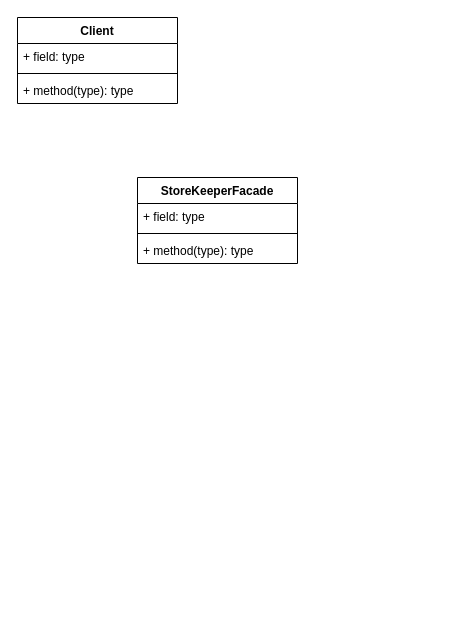
This is A4.drawio from critschris/COMP-354, a draw.io file, before an edit. Source tidied: cells renumbered, new cells numbered last; positions are measured from the earlier drawing's top-left corner, leaving out a move shared by most shapes. Both pictures are drawn from the tidied source at 100%, with x=0, y=0 at pixel (17, 17).
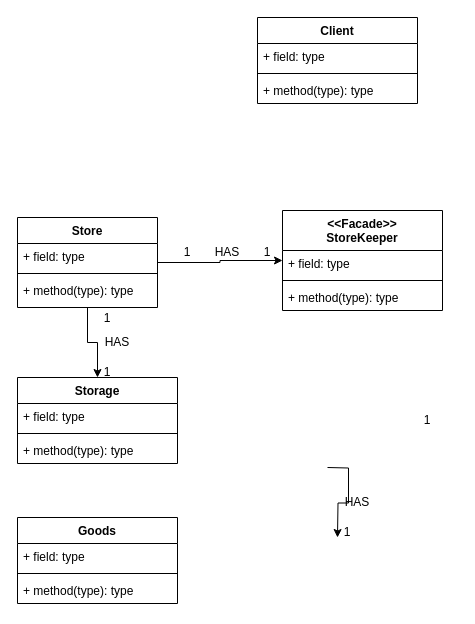
The same page after the edit.

What changed in the source:
```diff
@@
-    <mxCell id="2" value="StoreKeeperFacade" style="swimlane;fontStyle=1;align=center;verticalAlign=top;horizontal=1;startSize=26;whiteSpace=wrap;html=1;" parent="1" vertex="1">
-      <mxGeometry x="120" y="160" width="160" height="86" as="geometry" />
+    <mxCell id="2" value="&lt;div&gt;&amp;lt;&amp;lt;Facade&amp;gt;&amp;gt;&lt;/div&gt;StoreKeeper" style="swimlane;fontStyle=1;align=center;verticalAlign=top;horizontal=1;startSize=40;whiteSpace=wrap;html=1;" parent="1" vertex="1">
+      <mxGeometry x="265" y="193" width="160" height="100" as="geometry" />
     </mxCell>
     <mxCell id="3" value="+ field: type" style="text;strokeColor=none;fillColor=none;align=left;verticalAlign=top;spacingLeft=4;spacingRight=4;overflow=hidden;whiteSpace=wrap;html=1;" parent="2" vertex="1">
-      <mxGeometry y="26" width="160" height="26" as="geometry" />
+      <mxGeometry y="40" width="160" height="26" as="geometry" />
     </mxCell>
     <mxCell id="4" style="line;strokeWidth=1;fillColor=none;align=left;verticalAlign=middle;spacingTop=-1;spacingLeft=3;spacingRight=3;labelPosition=right;strokeColor=inherit;" parent="2" vertex="1">
-      <mxGeometry y="52" width="160" height="8" as="geometry" />
+      <mxGeometry y="66" width="160" height="8" as="geometry" />
     </mxCell>
     <mxCell id="5" value="+ method(type): type" style="text;strokeColor=none;fillColor=none;align=left;verticalAlign=top;spacingLeft=4;spacingRight=4;overflow=hidden;whiteSpace=wrap;html=1;" parent="2" vertex="1">
-      <mxGeometry y="60" width="160" height="26" as="geometry" />
+      <mxGeometry y="74" width="160" height="26" as="geometry" />
     </mxCell>
     <mxCell id="6" value="Client" style="swimlane;fontStyle=1;align=center;verticalAlign=top;horizontal=1;startSize=26;whiteSpace=wrap;html=1;" parent="1" vertex="1">
-      <mxGeometry width="160" height="86" as="geometry" />
+      <mxGeometry x="240" width="160" height="86" as="geometry" />
     </mxCell>
@@
+    <mxCell id="10" style="edgeStyle=orthogonalEdgeStyle;rounded=0;jettySize=auto;html=1;" parent="1" edge="1" source="12" target="2">
+      <mxGeometry relative="1" as="geometry" />
+    </mxCell>
+    <mxCell id="11" style="edgeStyle=orthogonalEdgeStyle;rounded=0;jettySize=auto;html=1;entryX=0.5;entryY=0;entryDx=0;entryDy=0;" parent="1" edge="1" source="12" target="16">
+      <mxGeometry relative="1" as="geometry" />
+    </mxCell>
+    <mxCell id="12" value="Store" style="swimlane;fontStyle=1;align=center;verticalAlign=top;horizontal=1;startSize=26;whiteSpace=wrap;html=1;" parent="1" vertex="1">
+      <mxGeometry y="200" width="140" height="90" as="geometry" />
+    </mxCell>
+    <mxCell id="13" value="+ field: type" style="text;strokeColor=none;fillColor=none;align=left;verticalAlign=top;spacingLeft=4;spacingRight=4;overflow=hidden;whiteSpace=wrap;html=1;" parent="12" vertex="1">
+      <mxGeometry y="26" width="140" height="26" as="geometry" />
+    </mxCell>
+    <mxCell id="14" style="line;strokeWidth=1;fillColor=none;align=left;verticalAlign=middle;spacingTop=-1;spacingLeft=3;spacingRight=3;labelPosition=right;strokeColor=inherit;" parent="12" vertex="1">
+      <mxGeometry y="52" width="140" height="8" as="geometry" />
+    </mxCell>
+    <mxCell id="15" value="+ method(type): type" style="text;strokeColor=none;fillColor=none;align=left;verticalAlign=top;spacingLeft=4;spacingRight=4;overflow=hidden;whiteSpace=wrap;html=1;" parent="12" vertex="1">
+      <mxGeometry y="60" width="140" height="30" as="geometry" />
+    </mxCell>
+    <mxCell id="16" value="Storage" style="swimlane;fontStyle=1;align=center;verticalAlign=top;horizontal=1;startSize=26;whiteSpace=wrap;html=1;" parent="1" vertex="1">
+      <mxGeometry y="360" width="160" height="86" as="geometry" />
+    </mxCell>
+    <mxCell id="17" value="+ field: type" style="text;strokeColor=none;fillColor=none;align=left;verticalAlign=top;spacingLeft=4;spacingRight=4;overflow=hidden;whiteSpace=wrap;html=1;" parent="16" vertex="1">
+      <mxGeometry y="26" width="160" height="26" as="geometry" />
+    </mxCell>
+    <mxCell id="18" style="line;strokeWidth=1;fillColor=none;align=left;verticalAlign=middle;spacingTop=-1;spacingLeft=3;spacingRight=3;labelPosition=right;strokeColor=inherit;" parent="16" vertex="1">
+      <mxGeometry y="52" width="160" height="8" as="geometry" />
+    </mxCell>
+    <mxCell id="19" value="+ method(type): type" style="text;strokeColor=none;fillColor=none;align=left;verticalAlign=top;spacingLeft=4;spacingRight=4;overflow=hidden;whiteSpace=wrap;html=1;" parent="16" vertex="1">
+      <mxGeometry y="60" width="160" height="26" as="geometry" />
+    </mxCell>
+    <mxCell id="20" style="group;" parent="1" vertex="1">
+      <mxGeometry x="140" y="220" width="140" height="30" as="geometry" />
+    </mxCell>
+    <mxCell id="21" value="1" style="text;html=1;align=center;verticalAlign=middle;whiteSpace=wrap;rounded=0;" parent="20" vertex="1">
+      <mxGeometry width="60" height="30" as="geometry" />
+    </mxCell>
+    <mxCell id="22" value="1" style="text;html=1;align=center;verticalAlign=middle;whiteSpace=wrap;rounded=0;" parent="20" vertex="1">
+      <mxGeometry x="80" width="60" height="30" as="geometry" />
+    </mxCell>
+    <mxCell id="23" value="HAS" style="text;html=1;align=center;verticalAlign=middle;whiteSpace=wrap;rounded=0;" parent="20" vertex="1">
+      <mxGeometry x="40" width="60" height="30" as="geometry" />
+    </mxCell>
+    <mxCell id="24" value="1" style="text;html=1;align=center;verticalAlign=middle;whiteSpace=wrap;rounded=0;" parent="1" vertex="1">
+      <mxGeometry x="60" y="286" width="60" height="30" as="geometry" />
+    </mxCell>
+    <mxCell id="25" value="1" style="text;html=1;align=center;verticalAlign=middle;whiteSpace=wrap;rounded=0;" parent="1" vertex="1">
+      <mxGeometry x="60" y="340" width="60" height="30" as="geometry" />
+    </mxCell>
+    <mxCell id="26" value="HAS" style="text;html=1;align=center;verticalAlign=middle;whiteSpace=wrap;rounded=0;" parent="1" vertex="1">
+      <mxGeometry x="70" y="310" width="60" height="30" as="geometry" />
+    </mxCell>
+    <mxCell id="27" value="Goods" style="swimlane;fontStyle=1;align=center;verticalAlign=top;horizontal=1;startSize=26;whiteSpace=wrap;html=1;" parent="1" vertex="1">
+      <mxGeometry y="500" width="160" height="86" as="geometry" />
+    </mxCell>
+    <mxCell id="28" value="+ field: type" style="text;strokeColor=none;fillColor=none;align=left;verticalAlign=top;spacingLeft=4;spacingRight=4;overflow=hidden;whiteSpace=wrap;html=1;" parent="27" vertex="1">
+      <mxGeometry y="26" width="160" height="26" as="geometry" />
+    </mxCell>
+    <mxCell id="29" style="line;strokeWidth=1;fillColor=none;align=left;verticalAlign=middle;spacingTop=-1;spacingLeft=3;spacingRight=3;labelPosition=right;strokeColor=inherit;" parent="27" vertex="1">
+      <mxGeometry y="52" width="160" height="8" as="geometry" />
+    </mxCell>
+    <mxCell id="30" value="+ method(type): type" style="text;strokeColor=none;fillColor=none;align=left;verticalAlign=top;spacingLeft=4;spacingRight=4;overflow=hidden;whiteSpace=wrap;html=1;" parent="27" vertex="1">
+      <mxGeometry y="60" width="160" height="26" as="geometry" />
+    </mxCell>
+    <mxCell id="31" style="edgeStyle=orthogonalEdgeStyle;rounded=0;orthogonalLoop=1;jettySize=auto;html=1;entryX=0.5;entryY=0;entryDx=0;entryDy=0;" parent="1" edge="1">
+      <mxGeometry relative="1" as="geometry">
+        <mxPoint x="310" y="450" as="sourcePoint" />
+        <mxPoint x="320" y="520" as="targetPoint" />
+      </mxGeometry>
+    </mxCell>
+    <mxCell id="32" value="1" style="text;html=1;align=center;verticalAlign=middle;whiteSpace=wrap;rounded=0;" parent="1" vertex="1">
+      <mxGeometry x="380" y="388" width="60" height="30" as="geometry" />
+    </mxCell>
+    <mxCell id="33" value="1" style="text;html=1;align=center;verticalAlign=middle;whiteSpace=wrap;rounded=0;" parent="1" vertex="1">
+      <mxGeometry x="300" y="500" width="60" height="30" as="geometry" />
+    </mxCell>
+    <mxCell id="34" value="HAS" style="text;html=1;align=center;verticalAlign=middle;whiteSpace=wrap;rounded=0;" parent="1" vertex="1">
+      <mxGeometry x="310" y="470" width="60" height="30" as="geometry" />
+    </mxCell>
```
